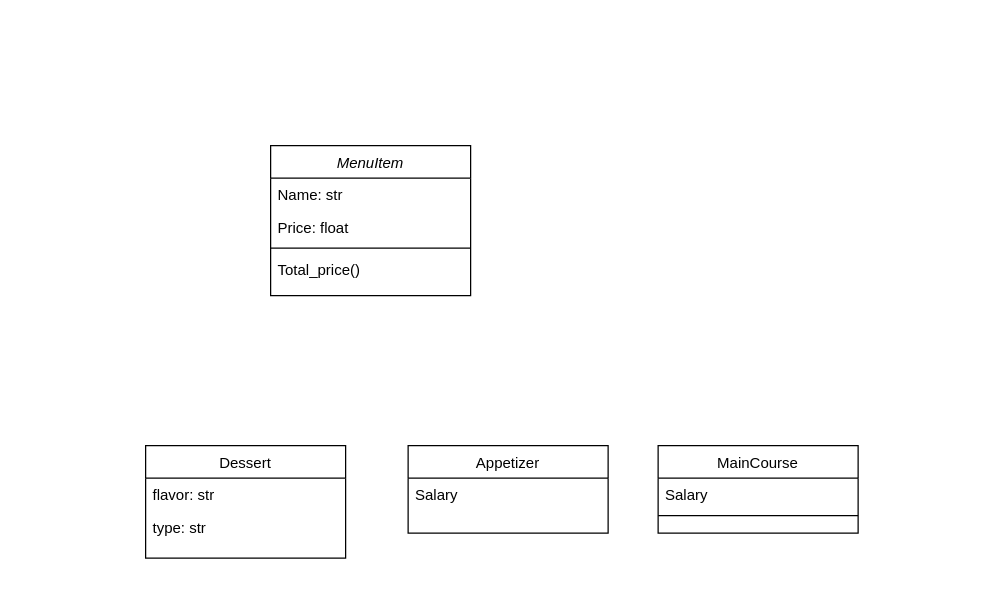
Above: Diagrama sin título.drawio in AnaAmaya200/reto-3 (draw.io), before the change. Source tidied: cells renumbered, new cells numbered last; positions are measured from the earlier drawing's top-left corner, leaving out a move shared by most shapes. Both pictures are drawn from the tidied source at 125%, with x=0, y=0 at pixel (145, 145).
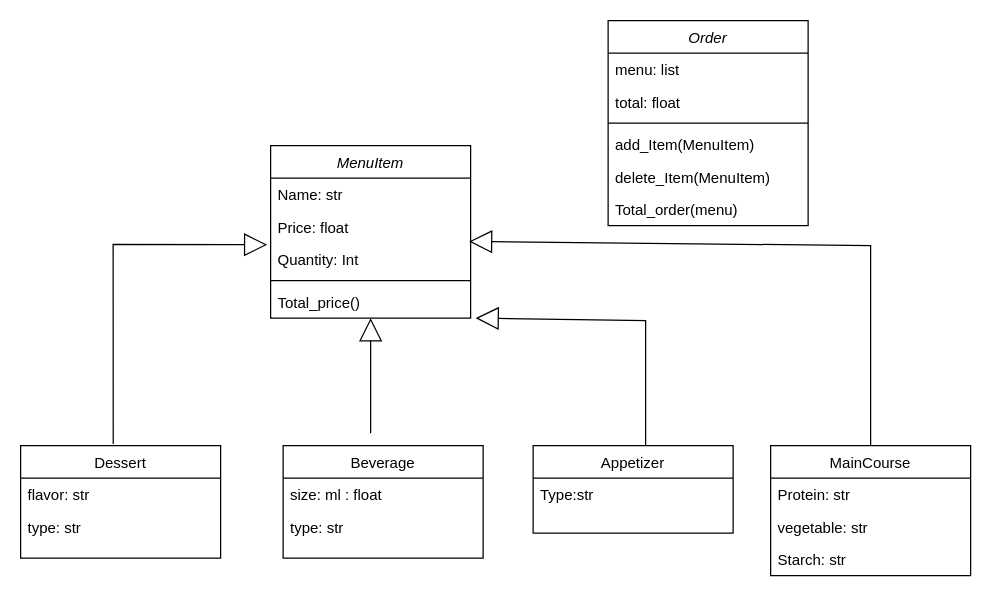
After the change.

The change refers to these unchanged cells:
```xml
<mxCell id="4" value="Price: float" style="text;align=left;verticalAlign=top;spacingLeft=4;spacingRight=4;overflow=hidden;points=[[0,0.5],[1,0.5]];portConstraint=eastwest;rounded=0;shadow=0;html=0;" parent="2" vertex="1">
  <mxGeometry y="52" width="160" height="26" as="geometry" />
</mxCell>
```

What changed in the source:
```diff
@@
     <mxCell id="2" value="MenuItem" style="swimlane;fontStyle=2;align=center;verticalAlign=top;horizontal=1;startSize=26;rounded=0;shadow=0;strokeWidth=1;" parent="1" vertex="1">
-      <mxGeometry x="100" width="160" height="120" as="geometry" />
+      <mxGeometry x="100" width="160" height="138" as="geometry" />
     </mxCell>
@@
+    <mxCell id="15" value="Quantity: Int" style="text;align=left;verticalAlign=top;spacingLeft=4;spacingRight=4;overflow=hidden;rounded=0;shadow=0;html=0;" parent="2" vertex="1">
+      <mxGeometry y="78" width="160" height="26" as="geometry" />
+    </mxCell>
     <mxCell id="5" style="line;html=1;strokeWidth=1;align=left;verticalAlign=middle;spacingTop=-1;spacingLeft=3;spacingRight=3;labelPosition=right;" parent="2" vertex="1">
-      <mxGeometry y="78" width="160" height="8" as="geometry" />
+      <mxGeometry y="104" width="160" height="8" as="geometry" />
     </mxCell>
     <mxCell id="6" value="Total_price()" style="text;align=left;verticalAlign=top;spacingLeft=4;spacingRight=4;overflow=hidden;points=[[0,0.5],[1,0.5]];portConstraint=eastwest;" parent="2" vertex="1">
-      <mxGeometry y="86" width="160" height="26" as="geometry" />
+      <mxGeometry y="112" width="160" height="26" as="geometry" />
     </mxCell>
     <mxCell id="7" value="Dessert" style="swimlane;fontStyle=0;align=center;verticalAlign=top;horizontal=1;startSize=26;rounded=0;shadow=0;strokeWidth=1;" parent="1" vertex="1">
-      <mxGeometry y="240" width="160" height="90" as="geometry" />
+      <mxGeometry x="-100" y="240" width="160" height="90" as="geometry" />
     </mxCell>
@@
     <mxCell id="10" value="Appetizer" style="swimlane;fontStyle=0;align=center;verticalAlign=top;horizontal=1;startSize=26;rounded=0;shadow=0;strokeWidth=1;" parent="1" vertex="1">
-      <mxGeometry x="210" y="240" width="160" height="70" as="geometry" />
+      <mxGeometry x="310" y="240" width="160" height="70" as="geometry" />
     </mxCell>
-    <mxCell id="11" value="Salary" style="text;align=left;verticalAlign=top;spacingLeft=4;spacingRight=4;overflow=hidden;" parent="10" vertex="1">
+    <mxCell id="11" value="Type:str" style="text;align=left;verticalAlign=top;spacingLeft=4;spacingRight=4;overflow=hidden;" parent="10" vertex="1">
       <mxGeometry y="26" width="160" height="26" as="geometry" />
     </mxCell>
     <mxCell id="12" value="MainCourse" style="swimlane;fontStyle=0;align=center;verticalAlign=top;horizontal=1;startSize=26;rounded=0;shadow=0;strokeWidth=1;" parent="1" vertex="1">
-      <mxGeometry x="410" y="240" width="160" height="70" as="geometry" />
+      <mxGeometry x="500" y="240" width="160" height="104" as="geometry" />
     </mxCell>
-    <mxCell id="13" value="Salary" style="text;align=left;verticalAlign=top;spacingLeft=4;spacingRight=4;overflow=hidden;" parent="12" vertex="1">
+    <mxCell id="13" value="Protein: str" style="text;align=left;verticalAlign=top;spacingLeft=4;spacingRight=4;overflow=hidden;" parent="12" vertex="1">
       <mxGeometry y="26" width="160" height="26" as="geometry" />
     </mxCell>
-    <mxCell id="14" style="line;html=1;strokeWidth=1;align=left;verticalAlign=middle;spacingTop=-1;spacingLeft=3;spacingRight=3;labelPosition=right;" parent="12" vertex="1">
-      <mxGeometry y="52" width="160" height="8" as="geometry" />
-    </mxCell>
+    <mxCell id="16" value="vegetable: str&#10;" style="text;align=left;verticalAlign=top;spacingLeft=4;spacingRight=4;overflow=hidden;" parent="12" vertex="1">
+      <mxGeometry y="52" width="160" height="26" as="geometry" />
+    </mxCell>
+    <mxCell id="17" value="Starch: str&#10;" style="text;align=left;verticalAlign=top;spacingLeft=4;spacingRight=4;overflow=hidden;" parent="12" vertex="1">
+      <mxGeometry y="78" width="160" height="26" as="geometry" />
+    </mxCell>
+    <mxCell id="18" value="Beverage" style="swimlane;fontStyle=0;align=center;verticalAlign=top;horizontal=1;startSize=26;rounded=0;shadow=0;strokeWidth=1;" parent="1" vertex="1">
+      <mxGeometry x="110" y="240" width="160" height="90" as="geometry" />
+    </mxCell>
+    <mxCell id="19" value="size: ml : float " style="text;align=left;verticalAlign=top;spacingLeft=4;spacingRight=4;overflow=hidden;" parent="18" vertex="1">
+      <mxGeometry y="26" width="160" height="26" as="geometry" />
+    </mxCell>
+    <mxCell id="20" value="type: str" style="text;align=left;verticalAlign=top;spacingLeft=4;spacingRight=4;overflow=hidden;rounded=0;shadow=0;html=0;" parent="18" vertex="1">
+      <mxGeometry y="52" width="160" height="26" as="geometry" />
+    </mxCell>
+    <mxCell id="21" style="endArrow=block;endSize=16;endFill=0;html=1;rounded=0;exitX=0.463;exitY=-0.015;exitDx=0;exitDy=0;exitPerimeter=0;entryX=-0.017;entryY=1.051;entryDx=0;entryDy=0;entryPerimeter=0;" parent="1" edge="1" source="7" target="4">
+      <mxGeometry relative="1" as="geometry">
+        <Array as="points">
+          <mxPoint x="-26" y="79" />
+        </Array>
+      </mxGeometry>
+    </mxCell>
+    <mxCell id="22" style="endArrow=block;endSize=16;endFill=0;html=1;rounded=0;exitX=0.5;exitY=0;exitDx=0;exitDy=0;entryX=0.992;entryY=0.949;entryDx=0;entryDy=0;entryPerimeter=0;" parent="1" edge="1" source="12" target="4">
+      <mxGeometry relative="1" as="geometry">
+        <Array as="points">
+          <mxPoint x="580" y="80" />
+        </Array>
+      </mxGeometry>
+    </mxCell>
+    <mxCell id="23" style="endArrow=block;endSize=16;endFill=0;html=1;rounded=0;entryX=0.5;entryY=1;entryDx=0;entryDy=0;" parent="1" edge="1" target="2">
+      <mxGeometry relative="1" as="geometry">
+        <mxPoint x="180" y="230" as="sourcePoint" />
+      </mxGeometry>
+    </mxCell>
+    <mxCell id="24" style="endArrow=block;endSize=16;endFill=0;html=1;rounded=0;entryX=1.025;entryY=1;entryDx=0;entryDy=0;entryPerimeter=0;" parent="1" edge="1" target="6">
+      <mxGeometry relative="1" as="geometry">
+        <mxPoint x="400" y="240" as="sourcePoint" />
+        <Array as="points">
+          <mxPoint x="400" y="140" />
+        </Array>
+      </mxGeometry>
+    </mxCell>
+    <mxCell id="25" value="Order" style="swimlane;fontStyle=2;align=center;verticalAlign=top;horizontal=1;startSize=26;rounded=0;shadow=0;strokeWidth=1;" parent="1" vertex="1">
+      <mxGeometry x="370" y="-100" width="160" height="164" as="geometry" />
+    </mxCell>
+    <mxCell id="26" value="menu: list " style="text;align=left;verticalAlign=top;spacingLeft=4;spacingRight=4;overflow=hidden;" parent="25" vertex="1">
+      <mxGeometry y="26" width="160" height="26" as="geometry" />
+    </mxCell>
+    <mxCell id="27" value="total: float" style="text;align=left;verticalAlign=top;spacingLeft=4;spacingRight=4;overflow=hidden;rounded=0;shadow=0;html=0;" parent="25" vertex="1">
+      <mxGeometry y="52" width="160" height="26" as="geometry" />
+    </mxCell>
+    <mxCell id="28" style="line;html=1;strokeWidth=1;align=left;verticalAlign=middle;spacingTop=-1;spacingLeft=3;spacingRight=3;labelPosition=right;" parent="25" vertex="1">
+      <mxGeometry y="78" width="160" height="8" as="geometry" />
+    </mxCell>
+    <mxCell id="29" value="add_Item(MenuItem)" style="text;align=left;verticalAlign=top;spacingLeft=4;spacingRight=4;overflow=hidden;" parent="25" vertex="1">
+      <mxGeometry y="86" width="160" height="26" as="geometry" />
+    </mxCell>
+    <mxCell id="30" value="delete_Item(MenuItem)" style="text;align=left;verticalAlign=top;spacingLeft=4;spacingRight=4;overflow=hidden;" parent="25" vertex="1">
+      <mxGeometry y="112" width="160" height="26" as="geometry" />
+    </mxCell>
+    <mxCell id="31" value="Total_order(menu)" style="text;align=left;verticalAlign=top;spacingLeft=4;spacingRight=4;overflow=hidden;" parent="25" vertex="1">
+      <mxGeometry y="138" width="160" height="26" as="geometry" />
+    </mxCell>
```
